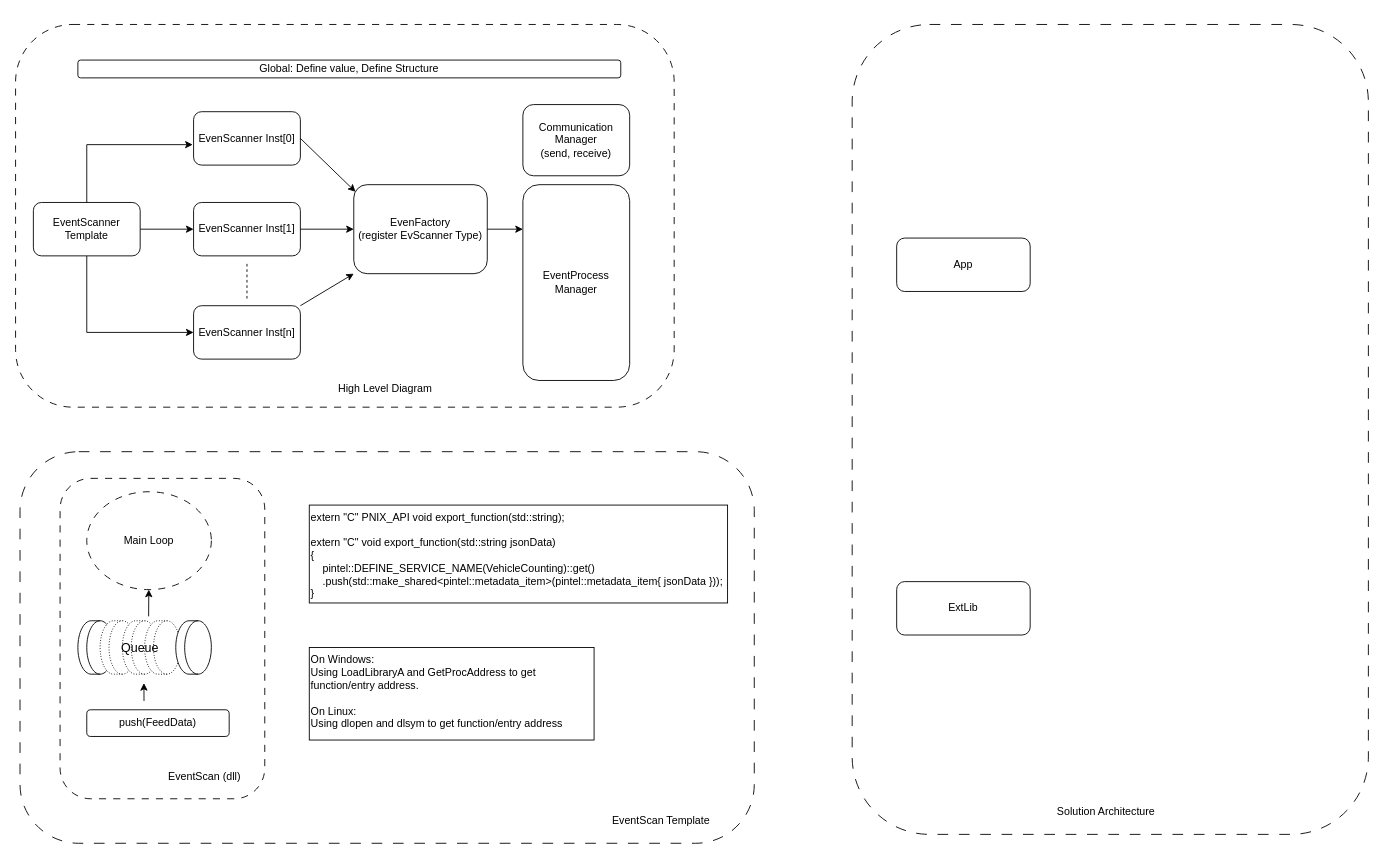
huunhan312/CodeDiagram keeps this draw.io diagram as PNIXEventProcess.drawio. Above is the earlier version. Source tidied: cells renumbered, new cells numbered last; positions are measured from the earlier drawing's top-left corner, leaving out a move shared by most shapes. Both pictures are drawn from the tidied source at 89%, with x=0, y=0 at pixel (15, 24).
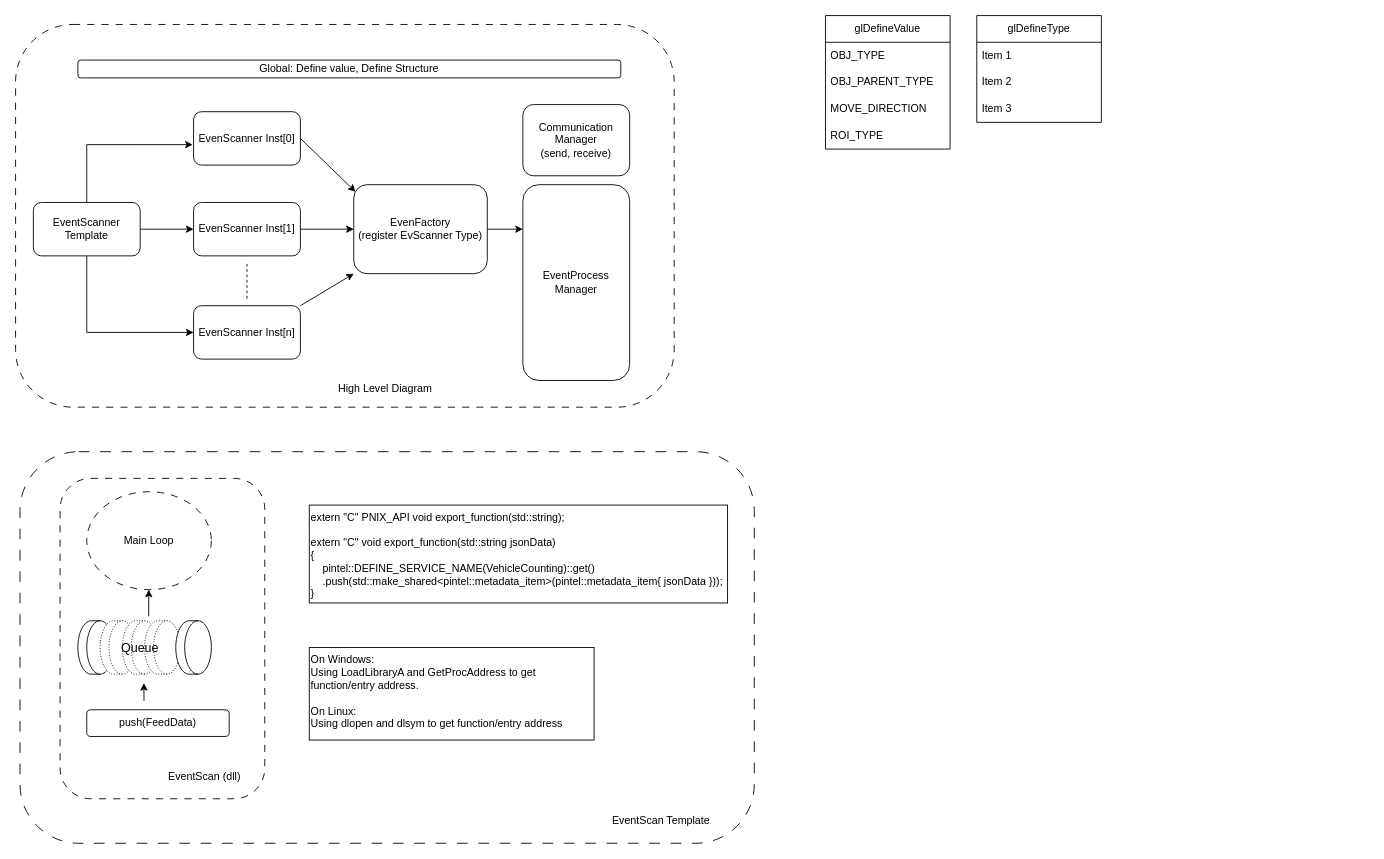
Above is the later version.

Diff of the diagram source:
```diff
@@
-    <mxCell id="36" style="rounded=1;whiteSpace=wrap;html=1;fillColor=none;dashed=1;dashPattern=12 12;" parent="1" vertex="1">
-      <mxGeometry x="940" width="580" height="910" as="geometry" />
-    </mxCell>
-    <mxCell id="37" value="Solution Architecture" style="text;html=1;align=center;verticalAlign=middle;strokeColor=none;fillColor=none;" parent="1" vertex="1">
-      <mxGeometry x="1160" y="870" width="130" height="30" as="geometry" />
-    </mxCell>
-    <mxCell id="38" value="ExtLib" style="rounded=1;whiteSpace=wrap;html=1;" parent="1" vertex="1">
-      <mxGeometry x="990" y="626" width="150" height="60" as="geometry" />
-    </mxCell>
-    <mxCell id="39" value="App" style="rounded=1;whiteSpace=wrap;html=1;" parent="1" vertex="1">
-      <mxGeometry x="990" y="240" width="150" height="60" as="geometry" />
-    </mxCell>
+    <mxCell id="40" value="glDefineValue" style="swimlane;fontStyle=0;horizontal=1;startSize=30;whiteSpace=wrap;html=1;" parent="1" vertex="1">
+      <mxGeometry x="910" y="-10" width="140" height="150" as="geometry" />
+    </mxCell>
+    <mxCell id="41" value="OBJ_TYPE" style="text;strokeColor=none;fillColor=none;align=left;verticalAlign=middle;spacingLeft=4;spacingRight=4;overflow=hidden;whiteSpace=wrap;html=1;" parent="40" vertex="1">
+      <mxGeometry y="30" width="140" height="30" as="geometry" />
+    </mxCell>
+    <mxCell id="42" value="OBJ_PARENT_TYPE" style="text;strokeColor=none;fillColor=none;align=left;verticalAlign=middle;spacingLeft=4;spacingRight=4;overflow=hidden;whiteSpace=wrap;html=1;" parent="40" vertex="1">
+      <mxGeometry y="60" width="140" height="30" as="geometry" />
+    </mxCell>
+    <mxCell id="43" value="MOVE_DIRECTION" style="text;strokeColor=none;fillColor=none;align=left;verticalAlign=middle;spacingLeft=4;spacingRight=4;overflow=hidden;whiteSpace=wrap;html=1;" parent="40" vertex="1">
+      <mxGeometry y="90" width="140" height="30" as="geometry" />
+    </mxCell>
+    <mxCell id="44" value="ROI_TYPE" style="text;strokeColor=none;fillColor=none;align=left;verticalAlign=middle;spacingLeft=4;spacingRight=4;overflow=hidden;whiteSpace=wrap;html=1;" parent="40" vertex="1">
+      <mxGeometry y="120" width="140" height="30" as="geometry" />
+    </mxCell>
+    <mxCell id="45" value="glDefineType" style="swimlane;fontStyle=0;horizontal=1;startSize=30;whiteSpace=wrap;html=1;" parent="1" vertex="1">
+      <mxGeometry x="1080" y="-10" width="140" height="120" as="geometry" />
+    </mxCell>
+    <mxCell id="46" value="Item 1" style="text;strokeColor=none;fillColor=none;align=left;verticalAlign=middle;spacingLeft=4;spacingRight=4;overflow=hidden;whiteSpace=wrap;html=1;" parent="45" vertex="1">
+      <mxGeometry y="30" width="140" height="30" as="geometry" />
+    </mxCell>
+    <mxCell id="47" value="Item 2" style="text;strokeColor=none;fillColor=none;align=left;verticalAlign=middle;spacingLeft=4;spacingRight=4;overflow=hidden;whiteSpace=wrap;html=1;" parent="45" vertex="1">
+      <mxGeometry y="60" width="140" height="30" as="geometry" />
+    </mxCell>
+    <mxCell id="48" value="Item 3" style="text;strokeColor=none;fillColor=none;align=left;verticalAlign=middle;spacingLeft=4;spacingRight=4;overflow=hidden;whiteSpace=wrap;html=1;" parent="45" vertex="1">
+      <mxGeometry y="90" width="140" height="30" as="geometry" />
+    </mxCell>
```
